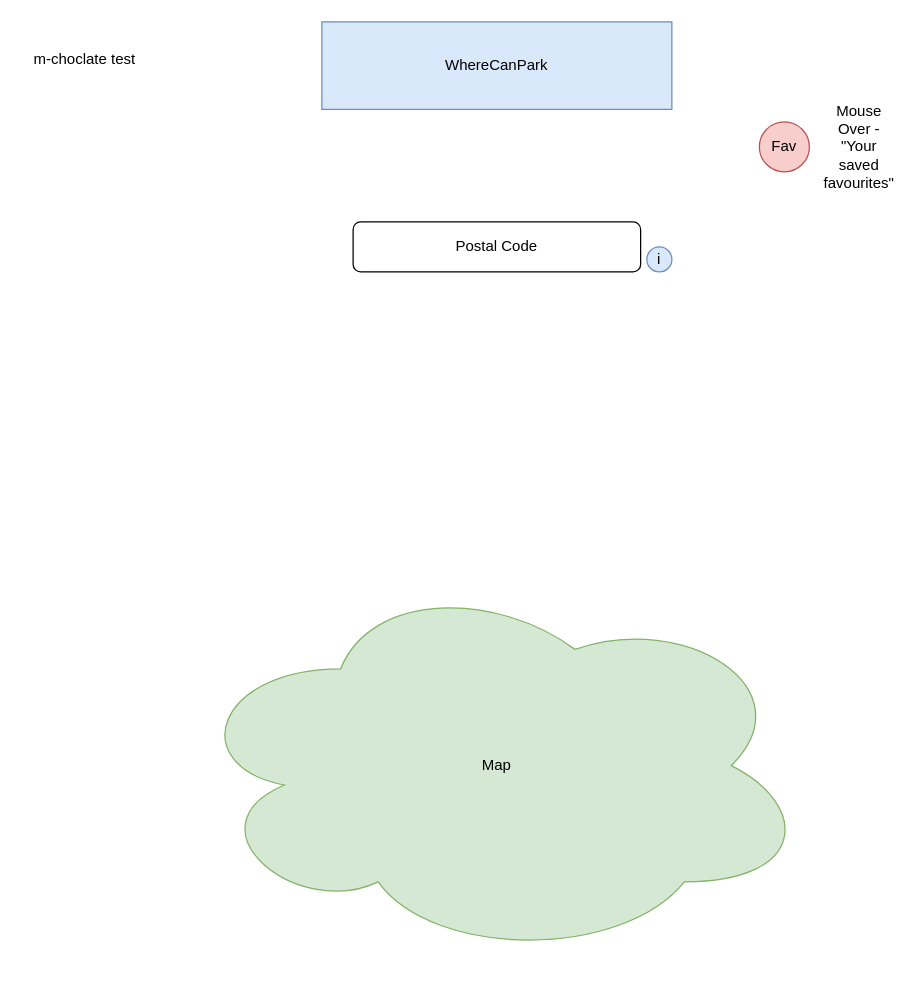
michieet/sdimod2proj keeps this draw.io diagram as page "Main" (1 of 2) of src/WhereCanPark.drawio. Above is the earlier version. Source tidied: cells renumbered, new cells numbered last; positions are measured from the earlier drawing's top-left corner, leaving out a move shared by most shapes. Both pictures are drawn from the tidied source at 125%, with x=0, y=0 at pixel (21, 21).
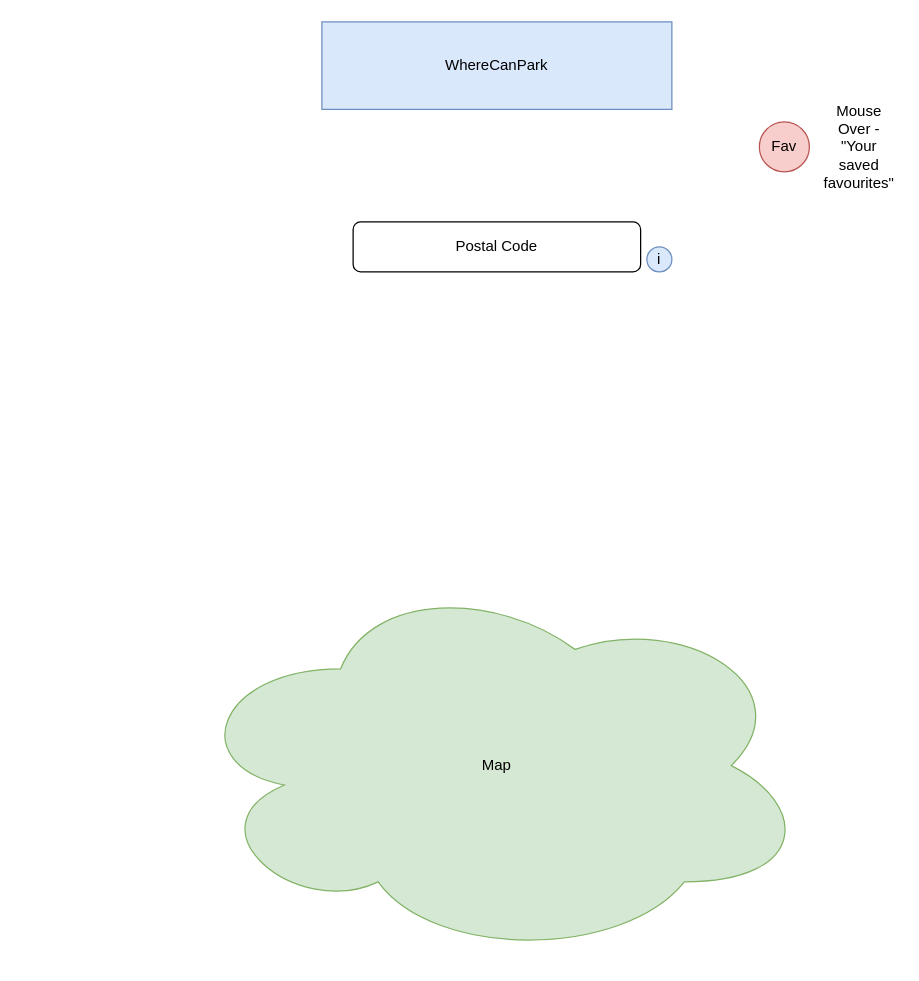
The same page after the edit.

Diff of the diagram source:
```diff
@@
 <mxGraphModel>
   <root>
     <mxCell id="0" />
     <mxCell id="1" parent="0" />
     <mxCell id="2" value="Postal Code" style="rounded=1;whiteSpace=wrap;html=1;" parent="1" vertex="1">
       <mxGeometry x="265" y="160" width="230" height="40" as="geometry" />
     </mxCell>
-    <mxCell id="3" value="m-choclate test" style="text;html=1;align=center;verticalAlign=middle;strokeColor=none;fillColor=none;" parent="1" vertex="1">
-      <mxGeometry y="20" width="100" height="20" as="geometry" />
-    </mxCell>
     <mxCell id="4" value="WhereCanPark" style="rounded=0;whiteSpace=wrap;html=1;fillColor=#dae8fc;strokeColor=#6c8ebf;" parent="1" vertex="1">
       <mxGeometry x="240" width="280" height="70" as="geometry" />
     </mxCell>
     <mxCell id="5" value="Map" style="ellipse;shape=cloud;whiteSpace=wrap;html=1;fillColor=#d5e8d4;strokeColor=#82b366;" parent="1" vertex="1">
       <mxGeometry x="130" y="440" width="500" height="310" as="geometry" />
     </mxCell>
     <mxCell id="6" value="Fav" style="ellipse;whiteSpace=wrap;html=1;fillColor=#f8cecc;strokeColor=#b85450;" parent="1" vertex="1">
       <mxGeometry x="590" y="80" width="40" height="40" as="geometry" />
     </mxCell>
     <mxCell id="7" value="Mouse Over - &quot;Your saved favourites&quot;" style="text;html=1;strokeColor=none;fillColor=none;align=center;verticalAlign=middle;whiteSpace=wrap;rounded=0;" parent="1" vertex="1">
       <mxGeometry x="640" y="75" width="60" height="50" as="geometry" />
     </mxCell>
     <mxCell id="8" value="i" style="ellipse;whiteSpace=wrap;html=1;fillColor=#dae8fc;strokeColor=#6c8ebf;" parent="1" vertex="1">
       <mxGeometry x="500" y="180" width="20" height="20" as="geometry" />
     </mxCell>
   </root>
 </mxGraphModel>
```
